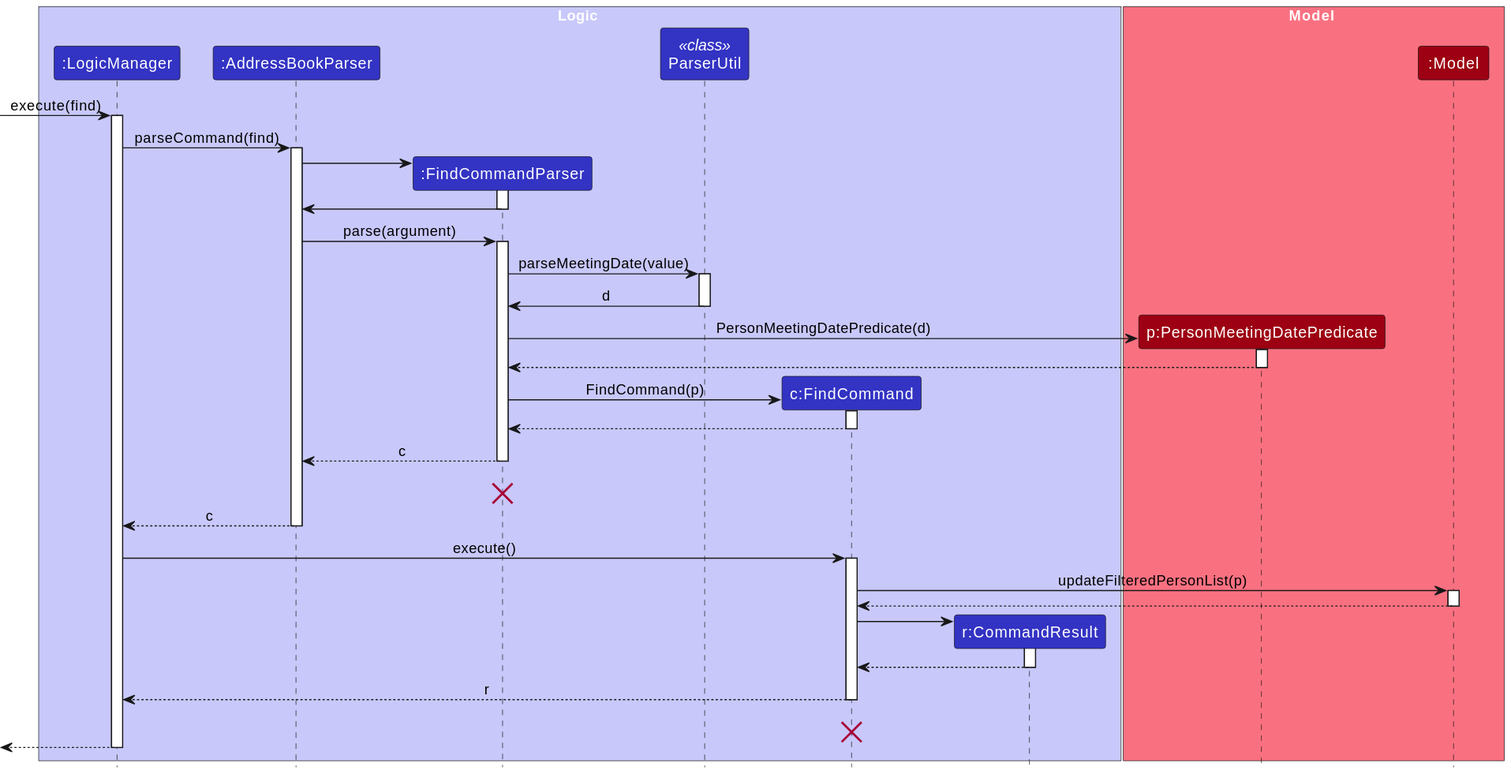
The PlantUML diagram docs/images/FindMeetingDateSequenceDiagram.svg in AY2324S2-CS2103-F15-1/tp, before a commit.
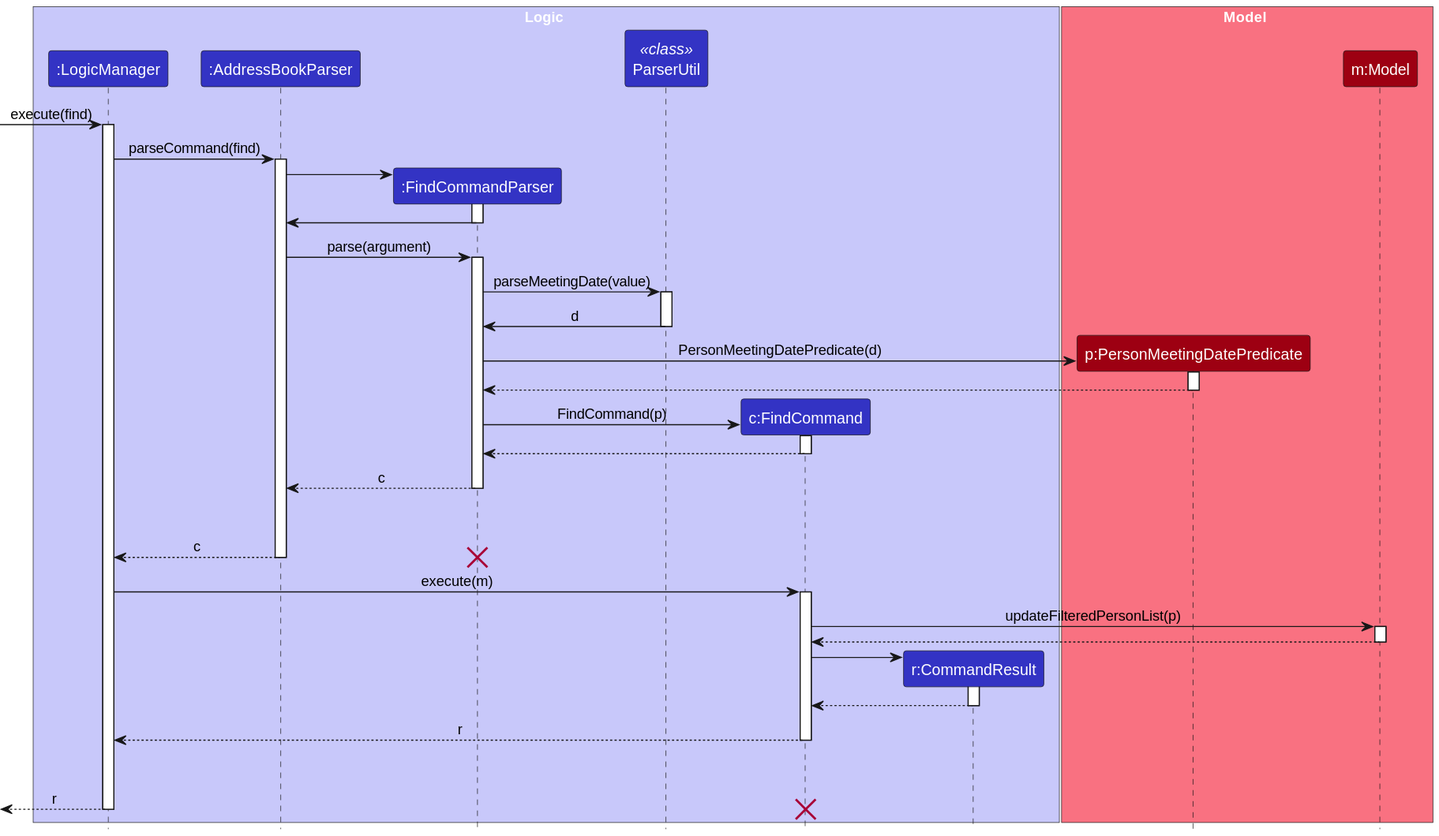
After the change.

Change to the diagram source:
```diff
@@ -13,7 +13,7 @@
 
 box Model MODEL_COLOR_T1
 participant "p:PersonMeetingDatePredicate" as PersonMeetingDatePredicate MODEL_COLOR
-participant ":Model" as Model MODEL_COLOR
+participant "m:Model" as Model MODEL_COLOR
 end box
 [-> LogicManager : execute(find)
 activate LogicManager
@@ -51,12 +51,12 @@
 FindCommandParser --> AddressBookParser : c
 deactivate FindCommandParser
 FindCommandParser -[hidden]-> AddressBookParser : c
-destroy FindCommandParser
 
 AddressBookParser --> LogicManager : c
 deactivate AddressBookParser
+destroy FindCommandParser
 
-LogicManager -> FindCommand : execute()
+LogicManager -> FindCommand : execute(m)
 activate FindCommand
 
 FindCommand -> Model : updateFilteredPersonList(p)
@@ -75,8 +75,8 @@
 FindCommand --> LogicManager : r
 deactivate FindCommand
 FindCommand -[hidden]-> LogicManager : result
+
+[<--LogicManager : r
+deactivate LogicManager
 destroy FindCommand
-
-[<--LogicManager
-deactivate LogicManager
 @enduml
```
